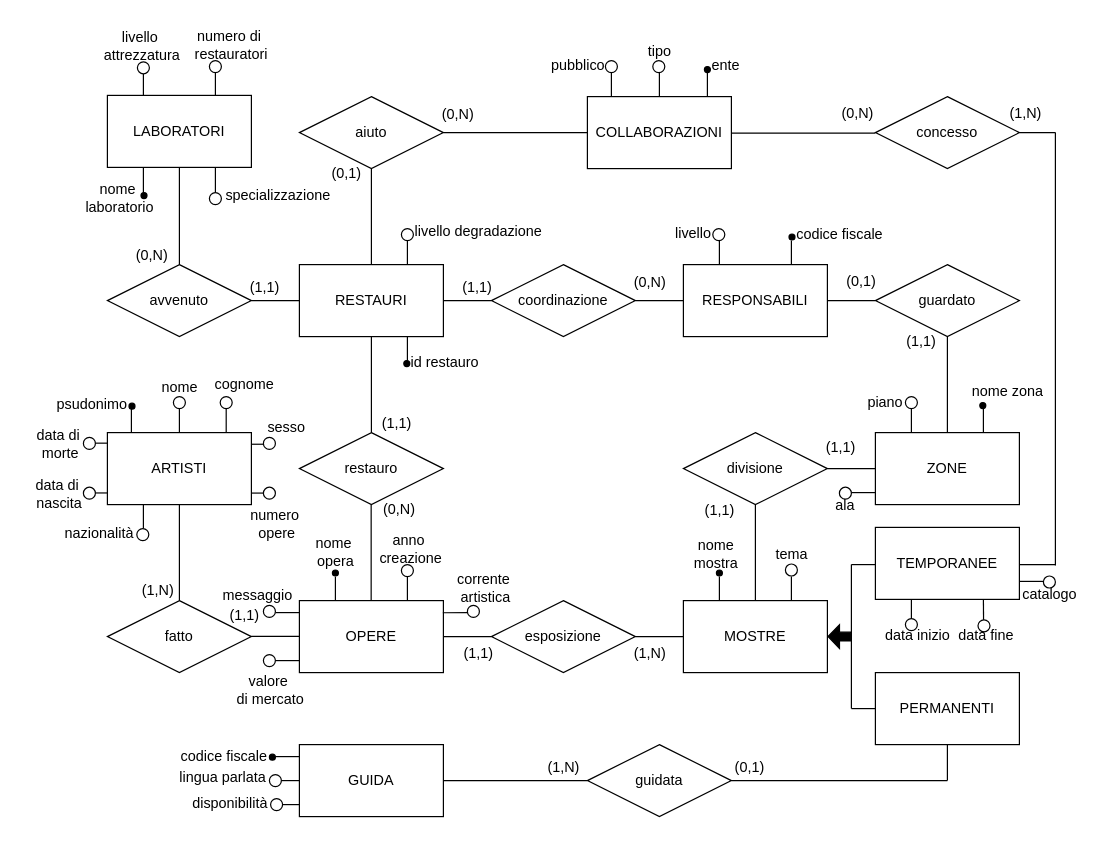
Above: doc/Museo.drawio in ColdBerri/Database-Unipd-2025 (draw.io), before the change. Source tidied: cells renumbered, new cells numbered last; positions are measured from the earlier drawing's top-left corner, leaving out a move shared by most shapes. Both pictures are drawn from the tidied source at 120%, with x=0, y=0 at pixel (20, 20).
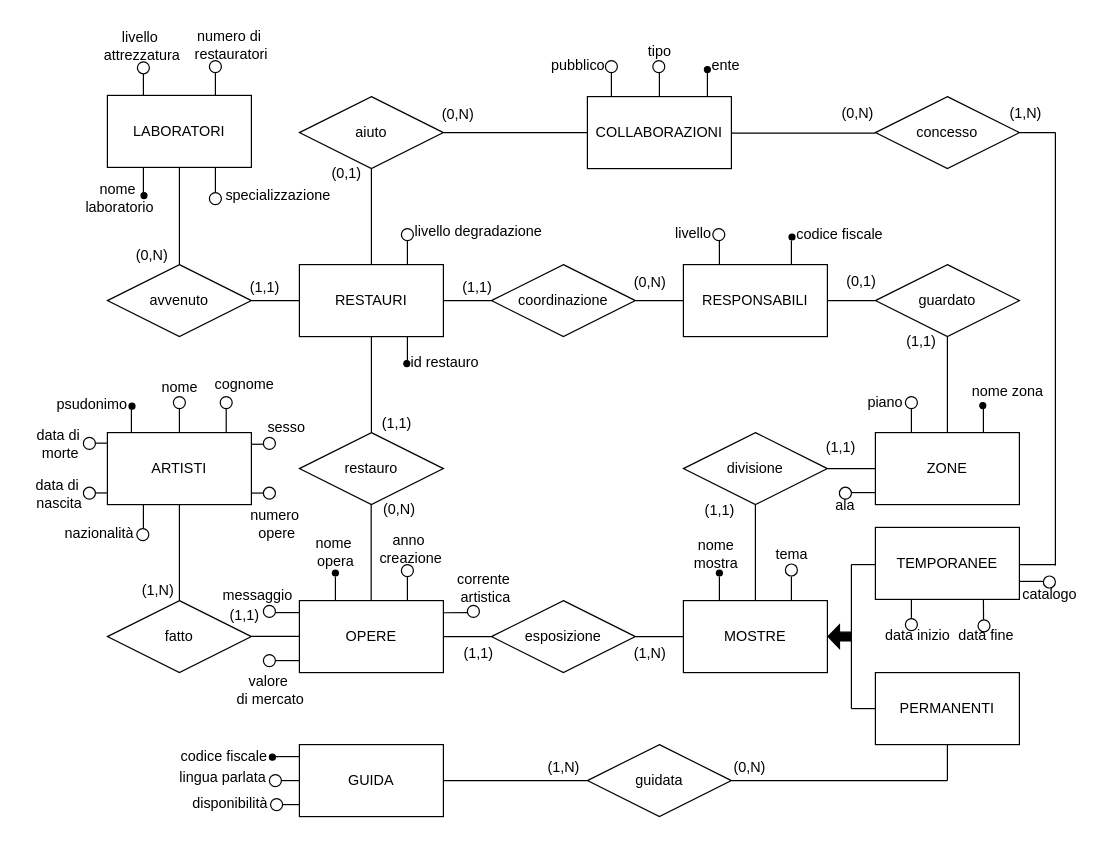
Above is the later version.

What changed in the source:
```diff
@@
-    <mxCell id="175" value="(0,1)" style="text;html=1;align=center;verticalAlign=middle;strokeColor=none;fillColor=none;" parent="1" vertex="1">
+    <mxCell id="175" value="(0,N)" style="text;html=1;align=center;verticalAlign=middle;strokeColor=none;fillColor=none;" parent="1" vertex="1">
       <mxGeometry x="582" y="607" width="50" height="30" as="geometry" />
     </mxCell>
```
